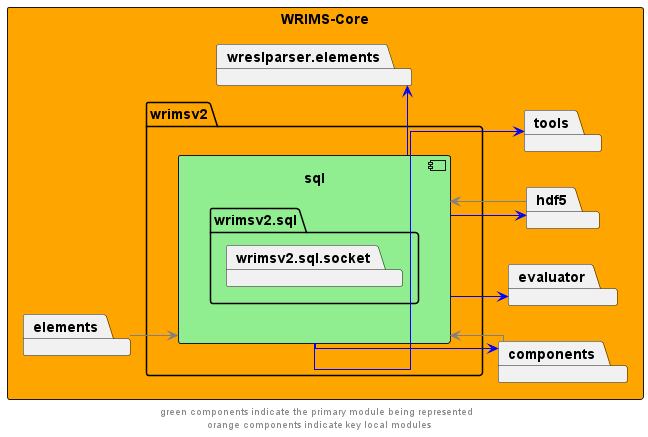
Before: docs/diagrams/wrims-core/wrims-core_sql.png, a diagram exported from PlantUML (CentralValleyModeling/wrims).
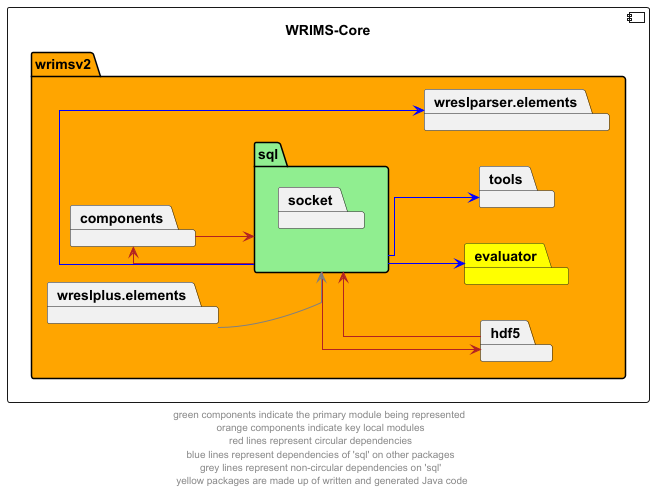
Later version of the same file.

Change to the diagram source:
```diff
@@ -2,36 +2,30 @@
 left to right direction
 skinparam linetype ortho
 
-rectangle wrims_core as "WRIMS-Core" #orange {
-        package wrimsv2{
-            package sql {
-                component sql #lightgreen {
-                    package wrimsv2.sql{
-                        package wrimsv2.sql.socket
-                    }
-                }
-            }
+component wrims_core as "WRIMS-Core" {
+    package wrimsv2 #orange {
+        package sql #lightgreen{
+            package socket
         }
         package components
-        package evaluator
+        package evaluator #yellow
         package hdf5
         package tools
         package wreslparser.elements
-
-        package elements
+        package wreslplus.elements
 }
 
-sql -->  components #blue
-components --> sql #grey
+sql -r->  components #firebrick
+components --> sql #firebrick
 
 sql -->  evaluator #blue
-sql --> hdf5 #blue
+sql --> hdf5 #firebrick
 sql --> tools #blue
-sql -r->  wreslparser.elements #blue
+sql -d->  wreslparser.elements #blue
 
-elements --> sql #grey
-hdf5 --> sql #grey
+wreslplus.elements --> sql #grey
+hdf5 -l-> sql #firebrick
 
 
-footer "green components indicate the primary module being represented \n orange components indicate key local modules"
+footer "green components indicate the primary module being represented \n orange components indicate key local modules \n red lines represent circular dependencies \n blue lines represent dependencies of 'sql' on other packages \n grey lines represent non-circular dependencies on 'sql' \n yellow packages are made up of written and generated Java code"
 @enduml
```
